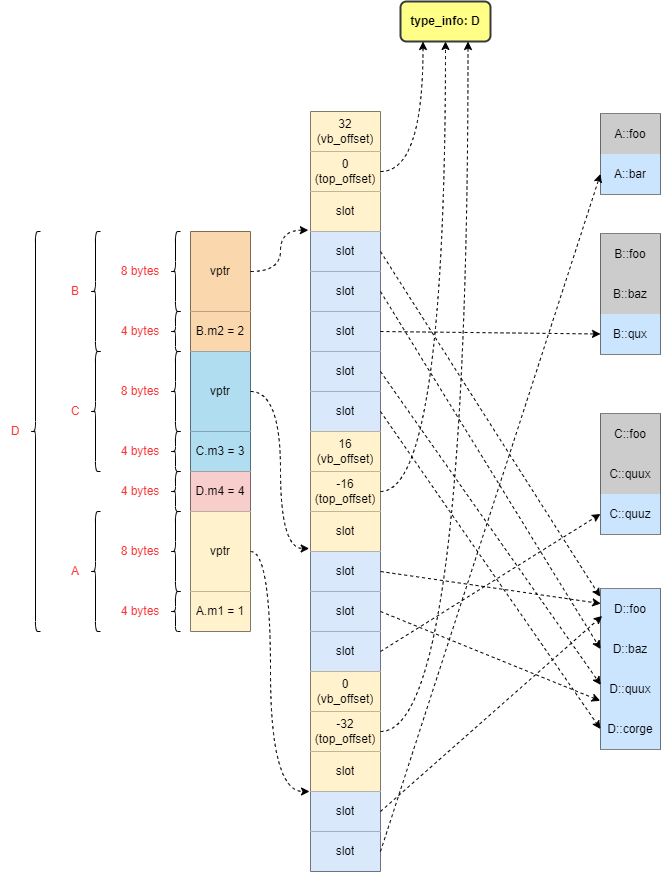
Above: images/virtual_inheritance_layout.png in zhxilin/zhxilin.github.io (draw.io), before the change. Source tidied: cells renumbered, new cells last; positions are measured from the earlier drawing's top-left corner, leaving out a move shared by most shapes.
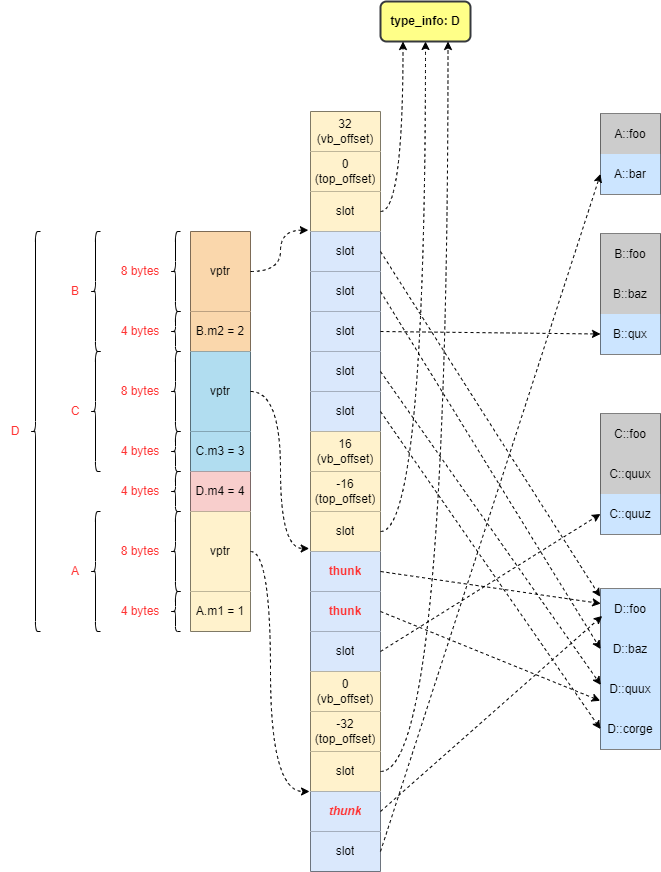
After the commit.

Commit message:
Update post 'object_memory_layout'

Change to the diagram source:
```diff
@@ -173,13 +173,13 @@
     <mxCell id="58" style="shape=tableRow;horizontal=0;startSize=0;swimlaneHead=0;swimlaneBody=0;top=0;left=0;bottom=0;right=0;fillColor=none;points=[[0,0.5],[1,0.5]];portConstraint=eastwest;sketch=0;" parent="35" vertex="1">
       <mxGeometry y="440" width="70" height="40" as="geometry" />
     </mxCell>
-    <mxCell id="59" value="slot" style="shape=partialRectangle;html=1;whiteSpace=wrap;fillColor=#dae8fc;top=0;left=0;bottom=0;right=0;overflow=hidden;sketch=0;strokeColor=#6c8ebf;" parent="58" vertex="1">
+    <mxCell id="59" value="&lt;b&gt;&lt;font color=&quot;#ff3333&quot;&gt;thunk&lt;/font&gt;&lt;/b&gt;" style="shape=partialRectangle;html=1;whiteSpace=wrap;fillColor=#dae8fc;top=0;left=0;bottom=0;right=0;overflow=hidden;sketch=0;strokeColor=#6c8ebf;" parent="58" vertex="1">
       <mxGeometry width="70" height="40" as="geometry" />
     </mxCell>
     <mxCell id="60" style="shape=tableRow;horizontal=0;startSize=0;swimlaneHead=0;swimlaneBody=0;top=0;left=0;bottom=0;right=0;fillColor=none;points=[[0,0.5],[1,0.5]];portConstraint=eastwest;sketch=0;" parent="35" vertex="1">
       <mxGeometry y="480" width="70" height="40" as="geometry" />
     </mxCell>
-    <mxCell id="61" value="&lt;span&gt;slot&lt;/span&gt;" style="shape=partialRectangle;html=1;whiteSpace=wrap;fillColor=#dae8fc;top=0;left=0;bottom=0;right=0;overflow=hidden;sketch=0;strokeColor=#6c8ebf;" parent="60" vertex="1">
+    <mxCell id="61" value="&lt;span&gt;&lt;b&gt;&lt;font color=&quot;#ff3333&quot;&gt;thunk&lt;/font&gt;&lt;/b&gt;&lt;/span&gt;" style="shape=partialRectangle;html=1;whiteSpace=wrap;fillColor=#dae8fc;top=0;left=0;bottom=0;right=0;overflow=hidden;sketch=0;strokeColor=#6c8ebf;" parent="60" vertex="1">
       <mxGeometry width="70" height="40" as="geometry" />
     </mxCell>
     <mxCell id="62" style="shape=tableRow;horizontal=0;startSize=0;swimlaneHead=0;swimlaneBody=0;top=0;left=0;bottom=0;right=0;fillColor=none;points=[[0,0.5],[1,0.5]];portConstraint=eastwest;sketch=0;" parent="35" vertex="1">
@@ -209,7 +209,7 @@
     <mxCell id="70" style="shape=tableRow;horizontal=0;startSize=0;swimlaneHead=0;swimlaneBody=0;top=0;left=0;bottom=0;right=0;fillColor=none;points=[[0,0.5],[1,0.5]];portConstraint=eastwest;sketch=0;" parent="35" vertex="1">
       <mxGeometry y="680" width="70" height="40" as="geometry" />
     </mxCell>
-    <mxCell id="71" value="&lt;span&gt;slot&lt;/span&gt;" style="shape=partialRectangle;html=1;whiteSpace=wrap;fillColor=#dae8fc;top=0;left=0;bottom=0;right=0;overflow=hidden;sketch=0;strokeColor=#6c8ebf;" parent="70" vertex="1">
+    <mxCell id="71" value="&lt;span&gt;&lt;b&gt;&lt;font color=&quot;#ff3333&quot;&gt;&lt;i&gt;thunk&lt;/i&gt;&lt;/font&gt;&lt;/b&gt;&lt;/span&gt;" style="shape=partialRectangle;html=1;whiteSpace=wrap;fillColor=#dae8fc;top=0;left=0;bottom=0;right=0;overflow=hidden;sketch=0;strokeColor=#6c8ebf;" parent="70" vertex="1">
       <mxGeometry width="70" height="40" as="geometry" />
     </mxCell>
     <mxCell id="72" style="shape=tableRow;horizontal=0;startSize=0;swimlaneHead=0;swimlaneBody=0;top=0;left=0;bottom=0;right=0;fillColor=none;points=[[0,0.5],[1,0.5]];portConstraint=eastwest;sketch=0;" parent="35" vertex="1">
@@ -219,7 +219,7 @@
       <mxGeometry width="70" height="40" as="geometry" />
     </mxCell>
     <mxCell id="74" value="&lt;b&gt;type_info: D&lt;/b&gt;" style="rounded=1;whiteSpace=wrap;html=1;strokeWidth=2;fillWeight=4;hachureGap=8;hachureAngle=45;fillColor=#ffff88;sketch=0;strokeColor=#36393d;" parent="1" vertex="1">
-      <mxGeometry x="400" width="90" height="40" as="geometry" />
+      <mxGeometry x="380" width="90" height="40" as="geometry" />
     </mxCell>
     <mxCell id="75" style="shape=table;startSize=0;sketch=0;fillColor=none;swimlaneLine=1;" parent="1" vertex="1">
       <mxGeometry x="600" y="112.5" width="60" height="80" as="geometry" />
@@ -308,10 +308,10 @@
     <mxCell id="103" style="edgeStyle=none;rounded=0;jettySize=auto;html=1;exitX=1;exitY=0.5;exitDx=0;exitDy=0;entryX=-0.006;entryY=0.048;entryDx=0;entryDy=0;dashed=1;entryPerimeter=0;" parent="1" edge="1" source="42" target="94">
       <mxGeometry relative="1" as="geometry" />
     </mxCell>
-    <mxCell id="104" style="edgeStyle=orthogonalEdgeStyle;curved=1;rounded=0;jettySize=auto;html=1;exitX=1;exitY=0.5;exitDx=0;exitDy=0;entryX=0.25;entryY=1;entryDx=0;entryDy=0;dashed=1;" parent="1" edge="1" source="38" target="74">
+    <mxCell id="104" style="edgeStyle=orthogonalEdgeStyle;curved=1;rounded=0;jettySize=auto;html=1;exitX=1;exitY=0.5;exitDx=0;exitDy=0;entryX=0.25;entryY=1;entryDx=0;entryDy=0;dashed=1;" parent="1" edge="1" source="40" target="74">
       <mxGeometry relative="1" as="geometry" />
     </mxCell>
-    <mxCell id="105" style="edgeStyle=orthogonalEdgeStyle;curved=1;rounded=0;jettySize=auto;html=1;exitX=1;exitY=0.5;exitDx=0;exitDy=0;entryX=0.5;entryY=1;entryDx=0;entryDy=0;dashed=1;" parent="1" edge="1" source="54" target="74">
+    <mxCell id="105" style="edgeStyle=orthogonalEdgeStyle;curved=1;rounded=0;jettySize=auto;html=1;entryX=0.5;entryY=1;entryDx=0;entryDy=0;dashed=1;" parent="1" edge="1" source="56" target="74">
       <mxGeometry relative="1" as="geometry" />
     </mxCell>
     <mxCell id="106" style="edgeStyle=orthogonalEdgeStyle;curved=1;rounded=0;jettySize=auto;html=1;exitX=1;exitY=0.5;exitDx=0;exitDy=0;entryX=-0.031;entryY=-0.033;entryDx=0;entryDy=0;entryPerimeter=0;dashed=1;" parent="1" edge="1" source="3" target="42">
@@ -347,7 +347,7 @@
     <mxCell id="116" style="edgeStyle=none;rounded=0;jettySize=auto;html=1;exitX=1;exitY=0.5;exitDx=0;exitDy=0;entryX=0;entryY=0.5;entryDx=0;entryDy=0;dashed=1;" parent="1" edge="1" source="72" target="78">
       <mxGeometry relative="1" as="geometry" />
     </mxCell>
-    <mxCell id="117" style="edgeStyle=orthogonalEdgeStyle;rounded=0;jettySize=auto;html=1;exitX=1;exitY=0.5;exitDx=0;exitDy=0;entryX=0.75;entryY=1;entryDx=0;entryDy=0;dashed=1;curved=1;" parent="1" edge="1" source="66" target="74">
+    <mxCell id="117" style="edgeStyle=orthogonalEdgeStyle;rounded=0;jettySize=auto;html=1;entryX=0.75;entryY=1;entryDx=0;entryDy=0;dashed=1;curved=1;" parent="1" edge="1" source="68" target="74">
       <mxGeometry relative="1" as="geometry" />
     </mxCell>
     <mxCell id="118" style="edgeStyle=orthogonalEdgeStyle;curved=1;rounded=0;jettySize=auto;html=1;exitX=1;exitY=0.5;exitDx=0;exitDy=0;entryX=-0.014;entryY=0;entryDx=0;entryDy=0;entryPerimeter=0;dashed=1;" parent="1" edge="1" source="13" target="70">
```
